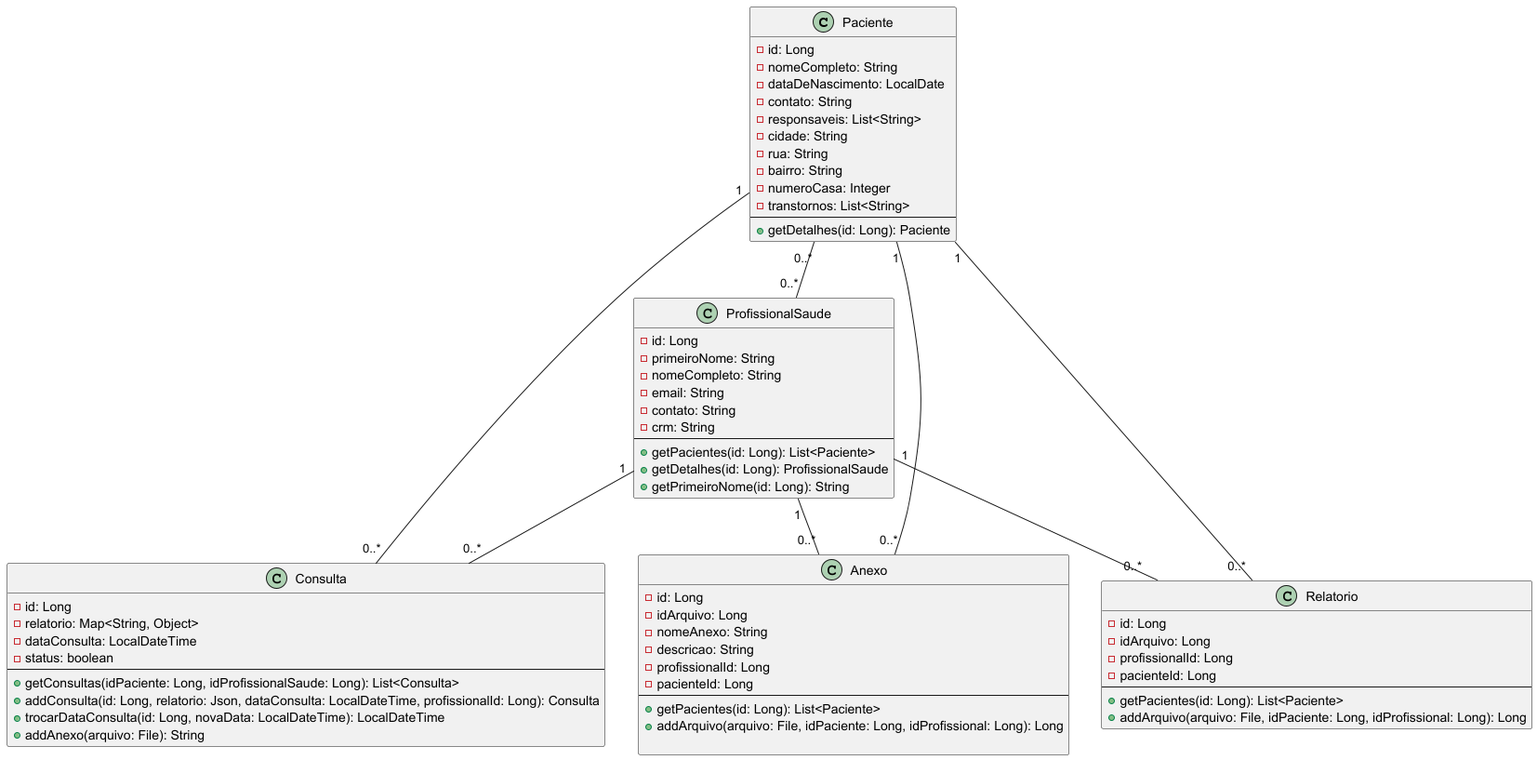
Before: docs/diagrama_de_classes-0.png, a diagram exported from PlantUML (IFPBEsp/APAE-atendimento).
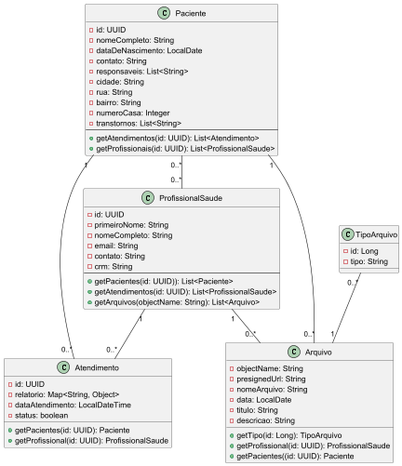
After the change.

Commit message:
Refatoração do diagrama de classes

The edit, as a diff of the source:
```diff
@@ -1,7 +1,7 @@
 @startuml
 
 class Paciente {
-    - id: Long
+    - id: UUID
     - nomeCompleto: String
     - dataDeNascimento: LocalDate
     - contato: String
@@ -12,64 +12,60 @@
     - numeroCasa: Integer
     - transtornos: List<String>
     --
-    + getDetalhes(id: Long): Paciente
+    + getAtendimentos(id: UUID): List<Atendimento>
+    + getProfissionais(id: UUID): List<ProfissionalSaude>
 }
 
-class Consulta {
-    - id: Long
+class Atendimento {
+    - id: UUID
     - relatorio: Map<String, Object>
-    - dataConsulta: LocalDateTime
+    - dataAtendimento: LocalDateTime
     - status: boolean
-    --
-    + getConsultas(idPaciente: Long, idProfissionalSaude: Long): List<Consulta>
-    + addConsulta(id: Long, relatorio: Json, dataConsulta: LocalDateTime, profissionalId: Long): Consulta
-    + trocarDataConsulta(id: Long, novaData: LocalDateTime): LocalDateTime
-    + addAnexo(arquivo: File): String
+
+    +getPacientes(id: UUID): Paciente
+    +getProfissional(id: UUID): ProfissionalSaude
 }
 
 class ProfissionalSaude {
-    - id: Long
+    - id: UUID
     - primeiroNome: String
     - nomeCompleto: String
     - email: String
     - contato: String
     - crm: String
     --
-    + getPacientes(id: Long): List<Paciente>
-    + getDetalhes(id: Long): ProfissionalSaude
-    + getPrimeiroNome(id: Long): String
+    + getPacientes(id: UUID)): List<Paciente>
+    + getAtendimentos(id: UUID): List<ProfissionalSaude>
+    + getArquivos(objectName: String): List<Arquivo>
+}
+
+class Arquivo {
+    - objectName: String
+    - presignedUrl: String
+    - nomeArquivo: String
+    - data: LocalDate
+    - titulo: String
+    - descricao: String
+
+    + getTipo(id: Long): TipoArquivo
+    + getProfissional(id: UUID): ProfissionalSaude
+    + getPacientes((id: UUID): Paciente
+}
+
+class TipoArquivo {
+    - id: Long
+    - tipo: String
+
 }
 
 
-class Anexo {
-    - id: Long
-    - idArquivo: Long
-    - nomeAnexo: String
-    - descricao: String
-    - profissionalId: Long
-    - pacienteId: Long
-    --
-    + getPacientes(id: Long): List<Paciente>
-    + addArquivo(arquivo: File, idPaciente: Long, idProfissional: Long): Long
 
-}
 
-class Relatorio {
-    - id: Long
-    - idArquivo: Long
-    - profissionalId: Long
-    - pacienteId: Long
-    --
-    + getPacientes(id: Long): List<Paciente>
-    + addArquivo(arquivo: File, idPaciente: Long, idProfissional: Long): Long
-}
-
-Paciente "1" -- "0..*" Consulta
-ProfissionalSaude "1" -- "0..*" Consulta
+Paciente "1" -- "0..*" Atendimento
+ProfissionalSaude "1" -- "0..*" Atendimento
 Paciente "0..*" -- "0..*" ProfissionalSaude
-Anexo "0..*" -- "1" Paciente
-Paciente "1" -- "0..*" Relatorio
-ProfissionalSaude "1" -- "0..*" Relatorio
-ProfissionalSaude "1" -- "0..*" Anexo
+TipoArquivo "0..*" -- "1" Arquivo
+Paciente "1" -- "0..*" Arquivo
+ProfissionalSaude "1" -- "0..*" Arquivo
 
 @enduml
```
